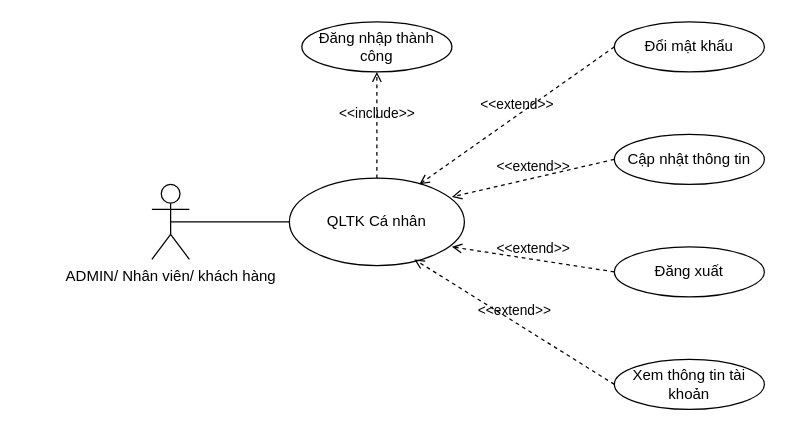
Above: UC/UC_QUANLYTAIKHOANCANHAN.drawio in hieuNV0871/da (draw.io), before the change. Source tidied: cells renumbered, new cells numbered last; positions are measured from the earlier drawing's top-left corner, leaving out a move shared by most shapes. Both pictures are drawn from the tidied source at 125%, with x=0, y=0 at pixel (151, 21).
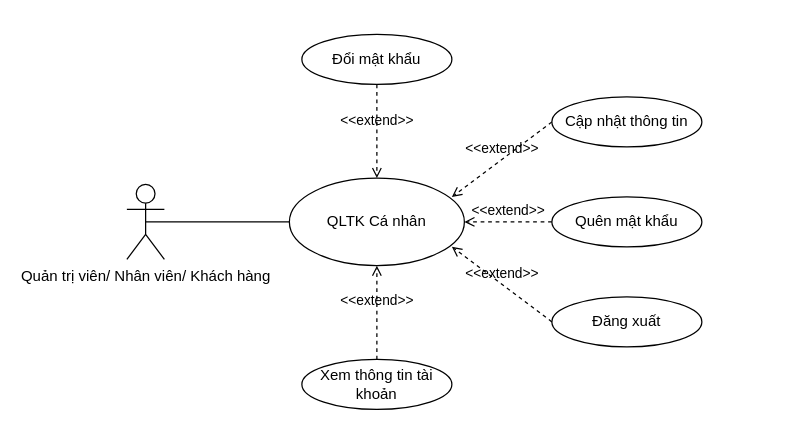
The same page after the edit.

What changed in the source:
```diff
@@
 <mxGraphModel>
   <root>
     <mxCell id="0" />
     <mxCell id="1" parent="0" />
     <mxCell id="2" value="QLTK Cá nhân" style="ellipse;whiteSpace=wrap;html=1;" parent="1" vertex="1">
       <mxGeometry x="110" y="125" width="140" height="70" as="geometry" />
     </mxCell>
-    <mxCell id="3" value="ADMIN/ Nhân viên/ khách hàng" style="shape=umlActor;verticalLabelPosition=bottom;verticalAlign=top;html=1;" parent="1" vertex="1">
-      <mxGeometry y="130" width="30" height="60" as="geometry" />
+    <mxCell id="3" value="Quản trị viên/ Nhân viên/ Khách hàng" style="shape=umlActor;verticalLabelPosition=bottom;verticalAlign=top;html=1;" parent="1" vertex="1">
+      <mxGeometry x="-20" y="130" width="30" height="60" as="geometry" />
     </mxCell>
-    <mxCell id="4" value="&amp;lt;&amp;lt;include&amp;gt;&amp;gt;" style="html=1;verticalAlign=bottom;labelBackgroundColor=none;endArrow=open;endFill=0;dashed=1;rounded=0;exitX=0.5;exitY=0;exitDx=0;exitDy=0;" parent="1" edge="1" source="2" target="5">
-      <mxGeometry relative="1" as="geometry" />
-    </mxCell>
-    <mxCell id="5" value="Đăng nhập thành công" style="ellipse;whiteSpace=wrap;html=1;" parent="1" vertex="1">
-      <mxGeometry x="120" width="120" height="40" as="geometry" />
-    </mxCell>
     <mxCell id="6" style="endArrow=none;html=1;rounded=0;exitX=0.5;exitY=0.5;exitDx=0;exitDy=0;exitPerimeter=0;entryX=0;entryY=0.5;entryDx=0;entryDy=0;" parent="1" edge="1" source="3" target="2">
       <mxGeometry relative="1" as="geometry" />
     </mxCell>
     <mxCell id="7" value="Đổi mật khẩu" style="ellipse;whiteSpace=wrap;html=1;" parent="1" vertex="1">
-      <mxGeometry x="370" width="120" height="40" as="geometry" />
+      <mxGeometry x="120" y="10" width="120" height="40" as="geometry" />
     </mxCell>
-    <mxCell id="8" value="&amp;lt;&amp;lt;extend&amp;gt;&amp;gt;" style="html=1;verticalAlign=bottom;labelBackgroundColor=none;endArrow=open;endFill=0;dashed=1;rounded=0;exitX=0;exitY=0.5;exitDx=0;exitDy=0;entryX=0.743;entryY=0.071;entryDx=0;entryDy=0;entryPerimeter=0;" parent="1" edge="1" source="7" target="2">
+    <mxCell id="8" value="&amp;lt;&amp;lt;extend&amp;gt;&amp;gt;" style="html=1;verticalAlign=bottom;labelBackgroundColor=none;endArrow=open;endFill=0;dashed=1;rounded=0;exitX=0.5;exitY=1;exitDx=0;exitDy=0;entryX=0.5;entryY=0;entryDx=0;entryDy=0;" parent="1" edge="1" source="7" target="2">
       <mxGeometry relative="1" as="geometry" />
     </mxCell>
     <mxCell id="9" value="Cập nhật thông tin" style="ellipse;whiteSpace=wrap;html=1;" parent="1" vertex="1">
-      <mxGeometry x="370" y="90" width="120" height="40" as="geometry" />
+      <mxGeometry x="320" y="60" width="120" height="40" as="geometry" />
     </mxCell>
     <mxCell id="10" value="Đăng xuất" style="ellipse;whiteSpace=wrap;html=1;" parent="1" vertex="1">
-      <mxGeometry x="370" y="180" width="120" height="40" as="geometry" />
+      <mxGeometry x="320" y="220" width="120" height="40" as="geometry" />
     </mxCell>
     <mxCell id="11" value="&amp;lt;&amp;lt;extend&amp;gt;&amp;gt;" style="html=1;verticalAlign=bottom;labelBackgroundColor=none;endArrow=open;endFill=0;dashed=1;rounded=0;exitX=0;exitY=0.5;exitDx=0;exitDy=0;" parent="1" edge="1" source="9">
       <mxGeometry relative="1" as="geometry">
         <mxPoint x="240" y="140" as="targetPoint" />
       </mxGeometry>
     </mxCell>
     <mxCell id="12" value="&amp;lt;&amp;lt;extend&amp;gt;&amp;gt;" style="html=1;verticalAlign=bottom;labelBackgroundColor=none;endArrow=open;endFill=0;dashed=1;rounded=0;exitX=0;exitY=0.5;exitDx=0;exitDy=0;" parent="1" edge="1" source="10">
       <mxGeometry relative="1" as="geometry">
         <mxPoint x="240" y="180" as="targetPoint" />
       </mxGeometry>
     </mxCell>
     <mxCell id="13" value="Xem thông tin tài khoản" style="ellipse;whiteSpace=wrap;html=1;" parent="1" vertex="1">
-      <mxGeometry x="370" y="270" width="120" height="40" as="geometry" />
+      <mxGeometry x="120" y="270" width="120" height="40" as="geometry" />
     </mxCell>
-    <mxCell id="14" value="&amp;lt;&amp;lt;extend&amp;gt;&amp;gt;" style="html=1;verticalAlign=bottom;labelBackgroundColor=none;endArrow=open;endFill=0;dashed=1;rounded=0;exitX=0;exitY=0.5;exitDx=0;exitDy=0;entryX=0.714;entryY=0.929;entryDx=0;entryDy=0;exitPerimeter=0;entryPerimeter=0;" parent="1" edge="1" source="13" target="2">
+    <mxCell id="14" value="&amp;lt;&amp;lt;extend&amp;gt;&amp;gt;" style="html=1;verticalAlign=bottom;labelBackgroundColor=none;endArrow=open;endFill=0;dashed=1;rounded=0;exitX=0.5;exitY=0;exitDx=0;exitDy=0;entryX=0.5;entryY=1;entryDx=0;entryDy=0;" parent="1" edge="1" source="13" target="2">
       <mxGeometry relative="1" as="geometry" />
     </mxCell>
+    <mxCell id="15" value="Quên mật khẩu" style="ellipse;whiteSpace=wrap;html=1;" parent="1" vertex="1">
+      <mxGeometry x="320" y="140" width="120" height="40" as="geometry" />
+    </mxCell>
+    <mxCell id="16" value="&amp;lt;&amp;lt;extend&amp;gt;&amp;gt;" style="html=1;verticalAlign=bottom;labelBackgroundColor=none;endArrow=open;endFill=0;dashed=1;rounded=0;exitX=0;exitY=0.5;exitDx=0;exitDy=0;entryX=1;entryY=0.5;entryDx=0;entryDy=0;" parent="1" edge="1" source="15" target="2">
+      <mxGeometry relative="1" as="geometry" />
+    </mxCell>
   </root>
 </mxGraphModel>
```
